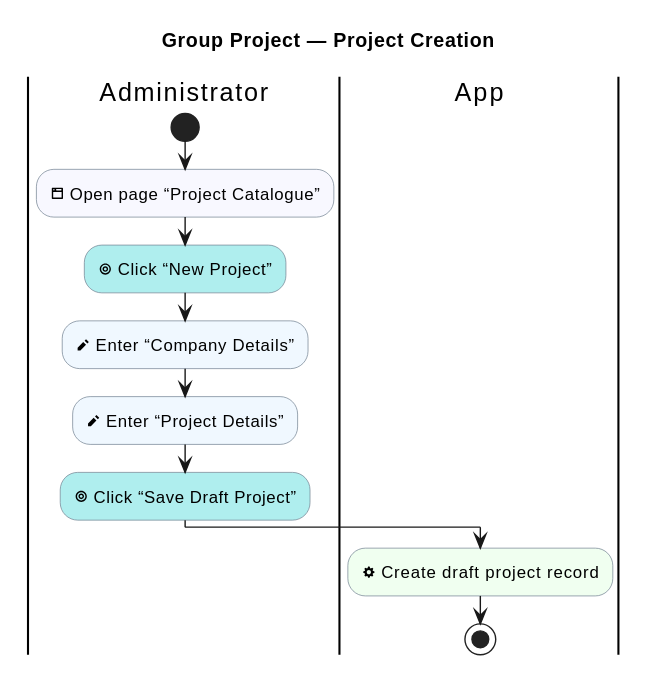
sdflkjssl/sdflkjssl.github.io keeps this PlantUML diagram as industrial-placement-group-project/diagrams/group-project/project-creation.svg. Above is the earlier version.
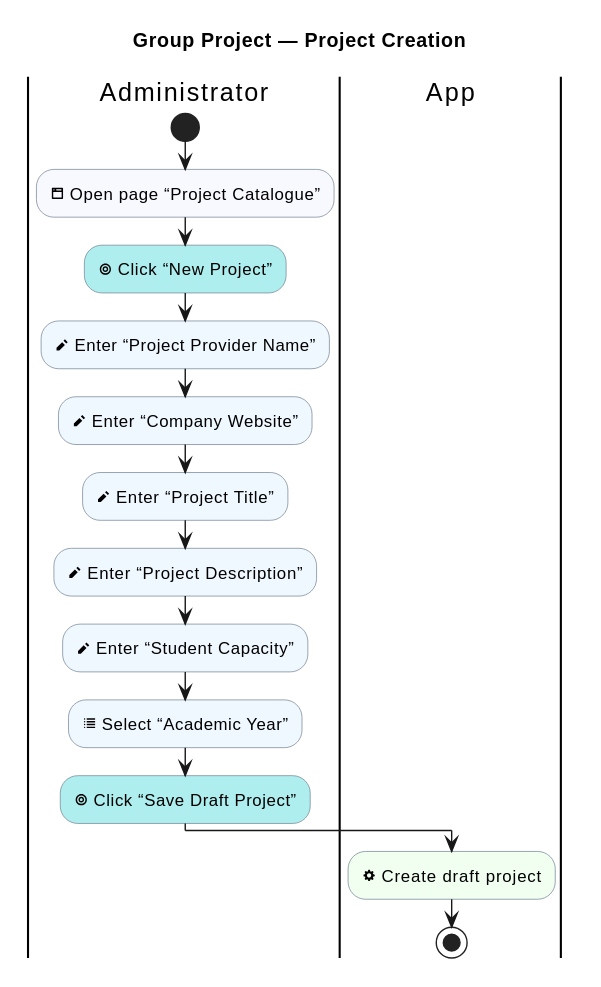
The same file after the commit.

Diff of the diagram source:
```diff
@@ -14,10 +14,14 @@
 start
 :<&browser> Open page “Project Catalogue”; <<#GhostWhite>>
 :<&target> Click “New Project”; <<#PaleTurquoise>>
-:<&pencil> Enter “Company Details”; <<#AliceBlue>>
-:<&pencil> Enter “Project Details”; <<#AliceBlue>>
+:<&pencil> Enter “Project Provider Name”; <<#AliceBlue>>
+:<&pencil> Enter “Company Website”; <<#AliceBlue>>
+:<&pencil> Enter “Project Title”; <<#AliceBlue>>
+:<&pencil> Enter “Project Description”; <<#AliceBlue>>
+:<&pencil> Enter “Student Capacity”; <<#AliceBlue>>
+:<&list> Select “Academic Year”; <<#AliceBlue>>
 :<&target> Click “Save Draft Project”; <<#PaleTurquoise>>
 |App|
-:<&cog> Create draft project record; <<#HoneyDew>>
+:<&cog> Create draft project; <<#HoneyDew>>
 stop
 @enduml
```
